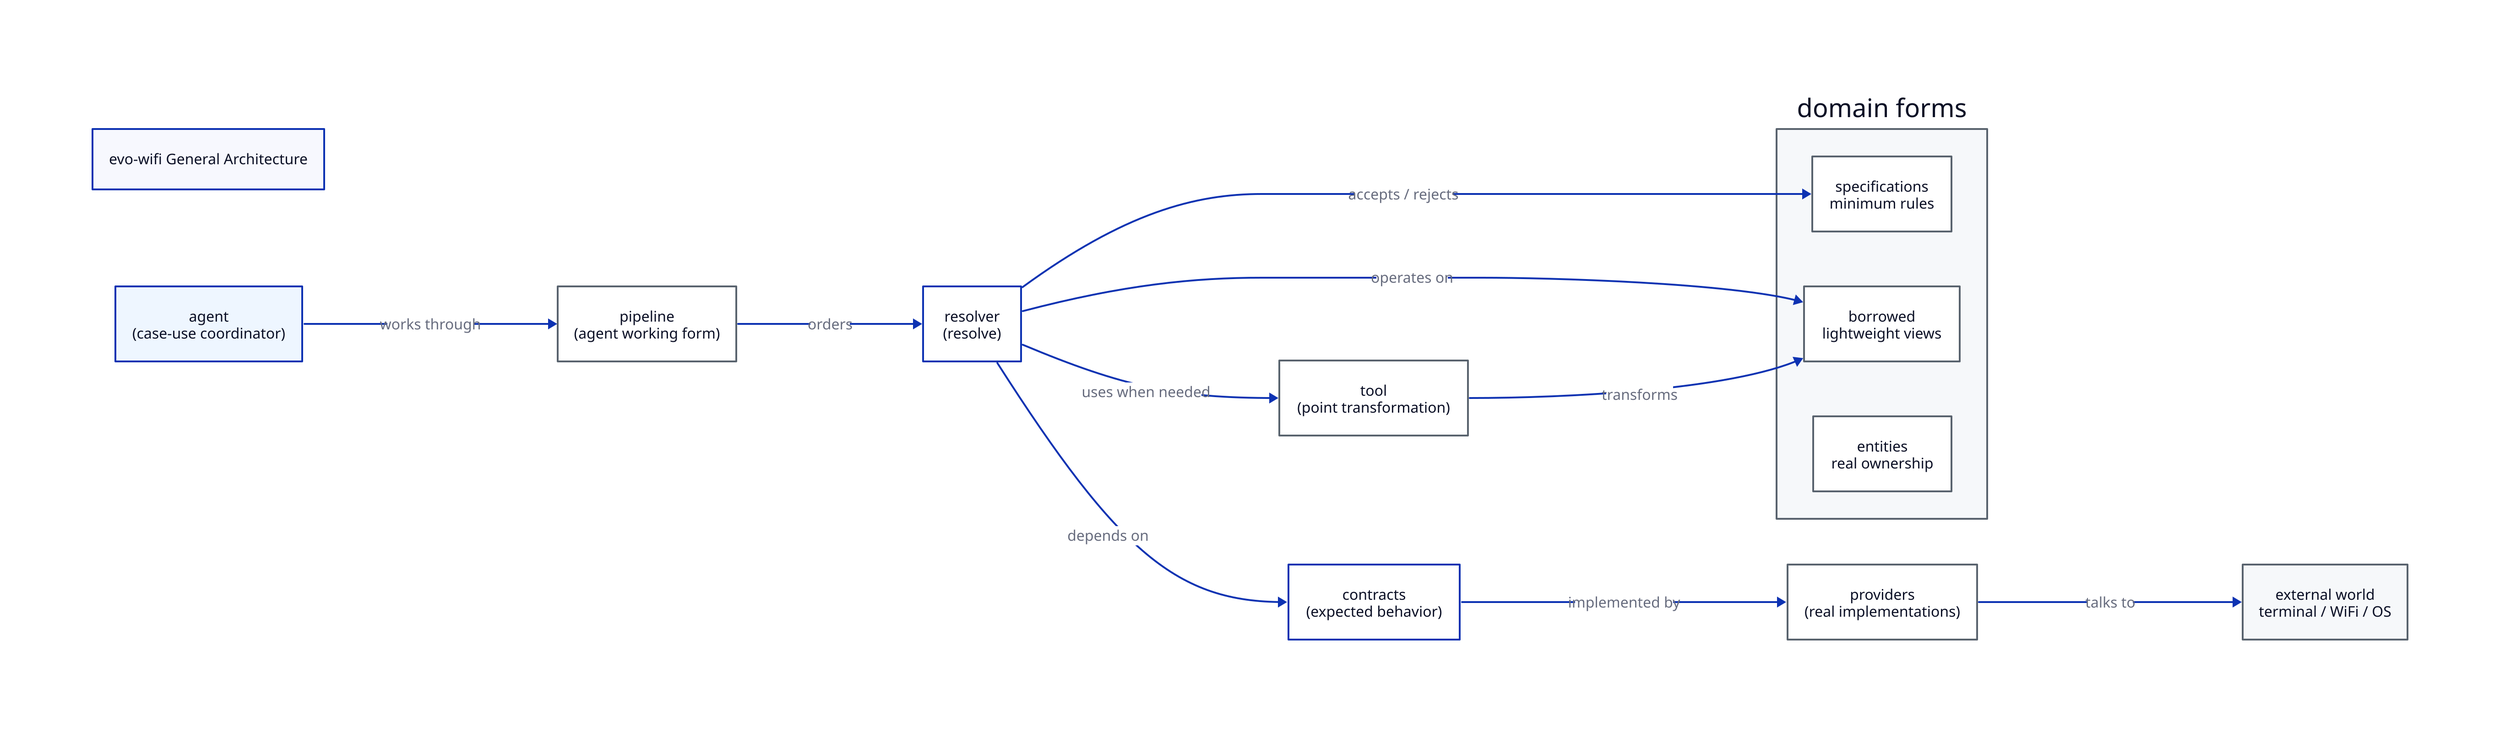
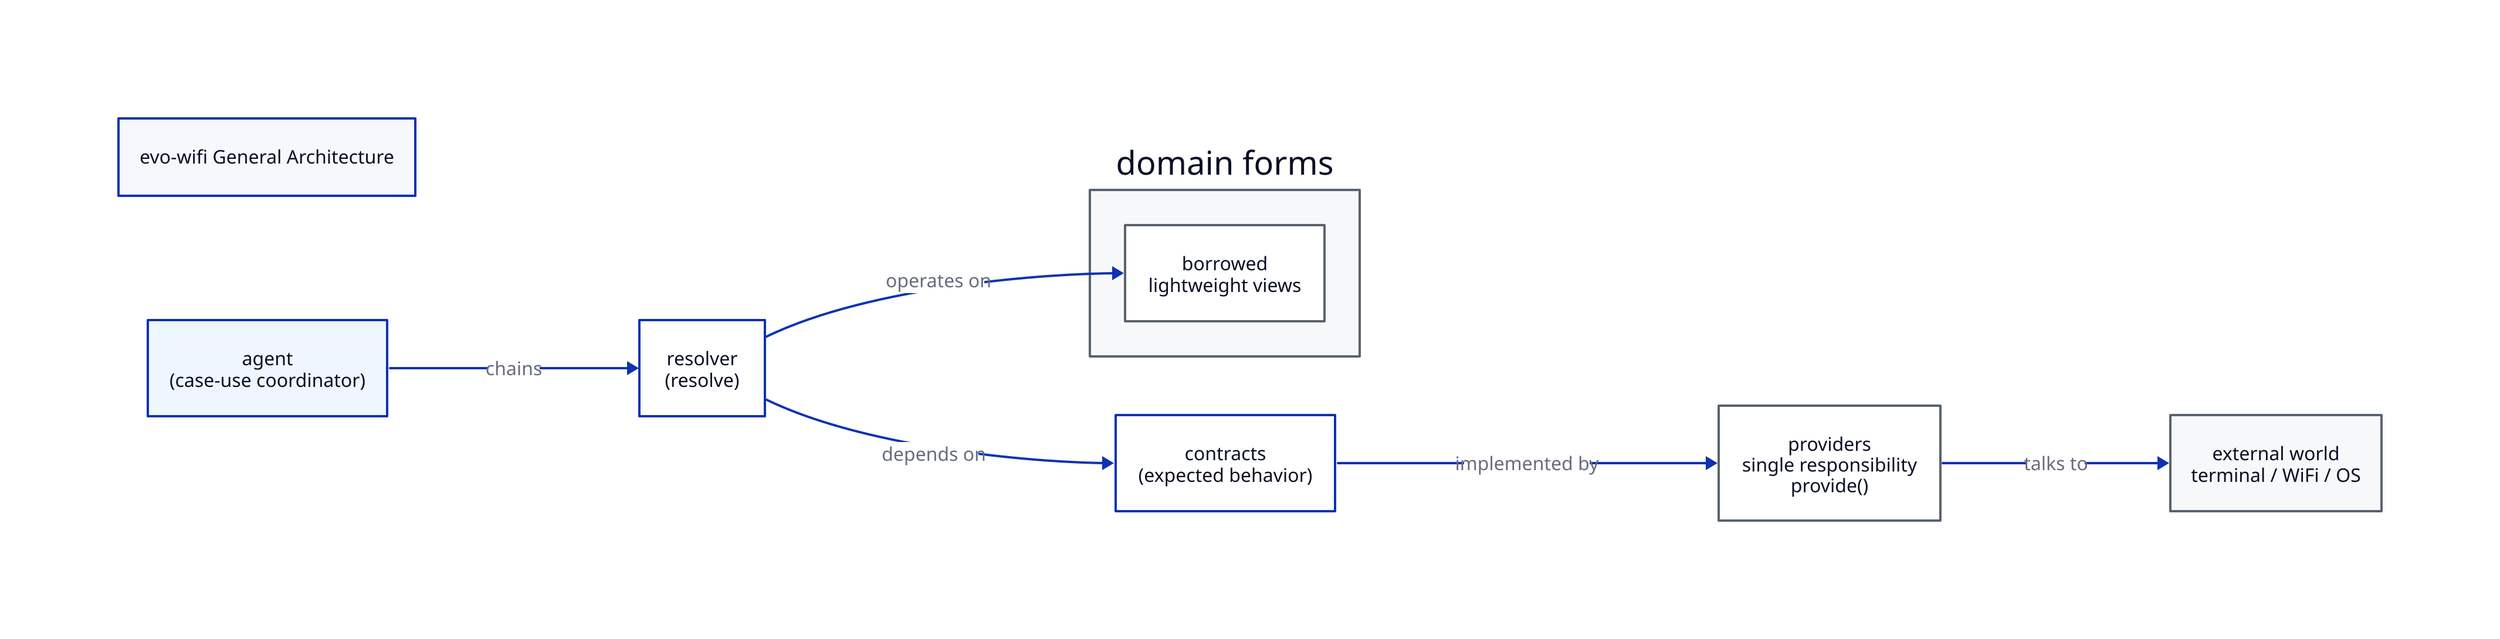
title: "evo-wifi General Architecture"
direction: right

vars: {
  border: "#59636e"
  accent: "#0D32B2"
  soft: "#eef6ff"
  neutral: "#f6f8fa"
  white: "#ffffff"
}

agent: {
  label: "agent\n(case-use coordinator)"
  style.fill: ${soft}
  style.stroke: ${accent}
}

- pipeline: {
-   label: "pipeline\n(agent working form)"
-   style.fill: ${white}
-   style.stroke: ${border}
- }
- 
resolver: {
  label: "resolver\n(resolve)"
  style.fill: ${white}
  style.stroke: ${accent}
- }
- 
- tool: {
-   label: "tool\n(point transformation)"
-   style.fill: ${white}
-   style.stroke: ${border}
}

contracts: {
  label: "contracts\n(expected behavior)"
  style.fill: ${white}
  style.stroke: ${accent}
}

providers: {
-   label: "providers\n(real implementations)"
+   label: "providers\nsingle responsibility\nprovide()"
  style.fill: ${white}
  style.stroke: ${border}
}

external: {
  label: "external world\nterminal / WiFi / OS"
  style.fill: ${neutral}
  style.stroke: ${border}
}

domain: {
  label: "domain forms"
  style.fill: ${neutral}
  style.stroke: ${border}

-   specifications: {
-     label: "specifications\nminimum rules"
-     style.fill: ${white}
-     style.stroke: ${border}
-   }
- 
  borrowed: {
    label: "borrowed\nlightweight views"
    style.fill: ${white}
    style.stroke: ${border}
  }
- 
-   entities: {
-     label: "entities\nreal ownership"
-     style.fill: ${white}
-     style.stroke: ${border}
-   }
}

- agent -> pipeline: "works through"
- pipeline -> resolver: "orders"
- resolver -> tool: "uses when needed"
+ agent -> resolver: "chains"
resolver -> contracts: "depends on"
contracts -> providers: "implemented by"
providers -> external: "talks to"
resolver -> domain.borrowed: "operates on"
- resolver -> domain.specifications: "accepts / rejects"
- tool -> domain.borrowed: "transforms"
